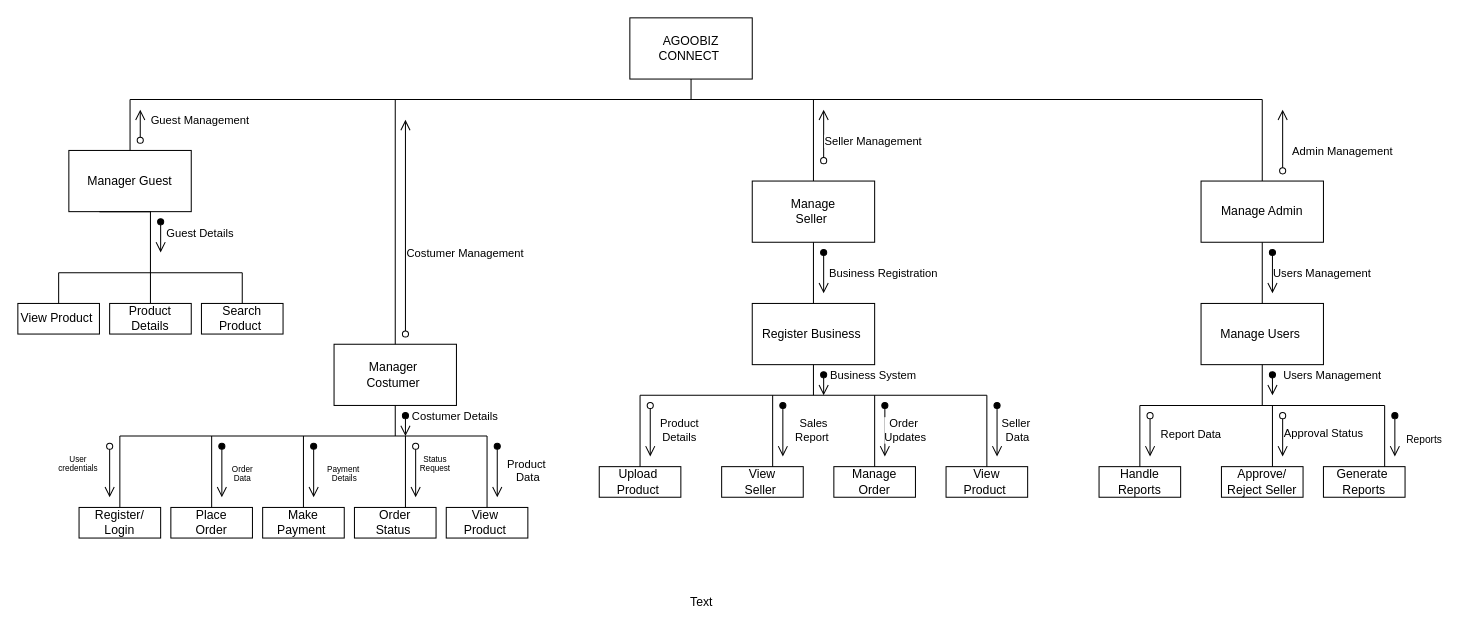
The draw.io diagram Charts and Graphs/02_Structure_Chart.drawio in StephanieRivales/AgooBiz_Connect, before the edit. Source tidied: cells renumbered, new cells numbered last; positions are measured from the earlier drawing's top-left corner, leaving out a move shared by most shapes. Both pictures are drawn from the tidied source at 102%, with x=0, y=0 at pixel (17, 17).
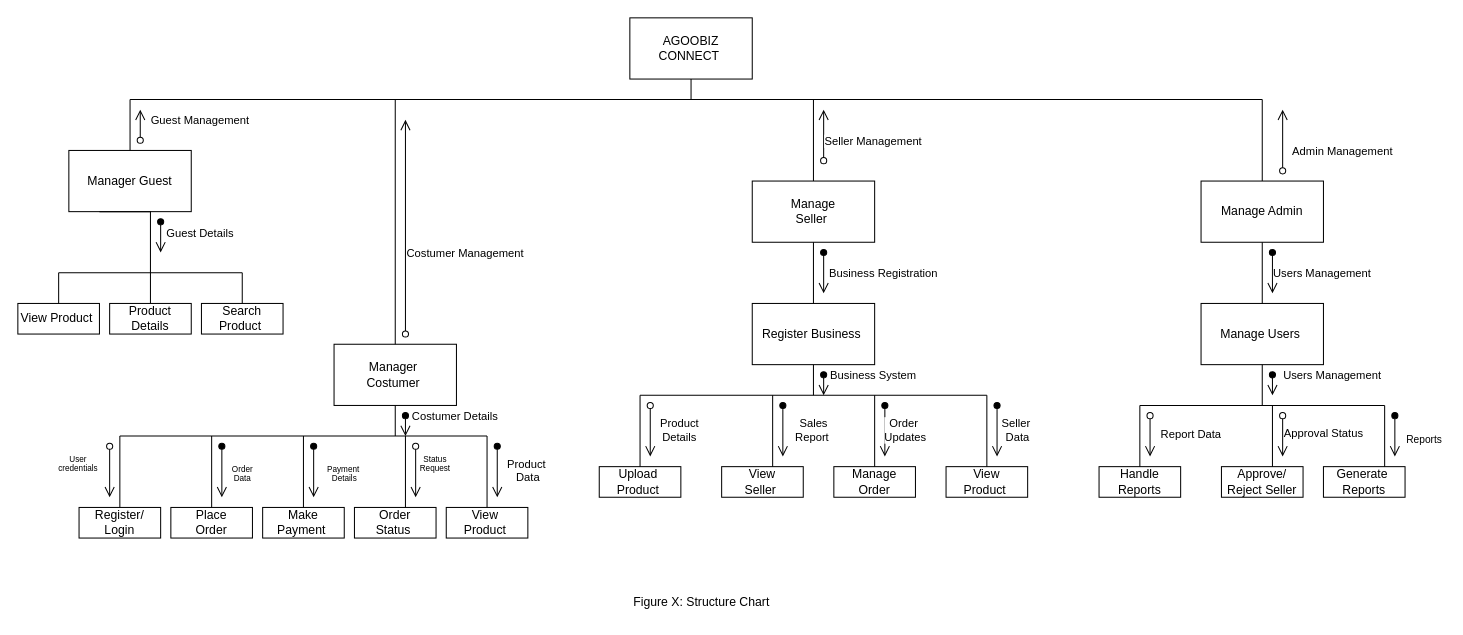
The same page after the edit.

Diff of the diagram source:
```diff
@@
-    <mxCell id="76" value="Text" style="text;html=1;align=center;verticalAlign=middle;strokeColor=none;fillColor=none;" parent="1" vertex="1">
-      <mxGeometry x="645" y="558" width="50" height="30" as="geometry" />
+    <mxCell id="76" value="Figure X: Structure Chart" style="text;html=1;align=center;verticalAlign=middle;strokeColor=none;fillColor=none;" parent="1" vertex="1">
+      <mxGeometry x="590" y="558" width="160" height="30" as="geometry" />
     </mxCell>
```
